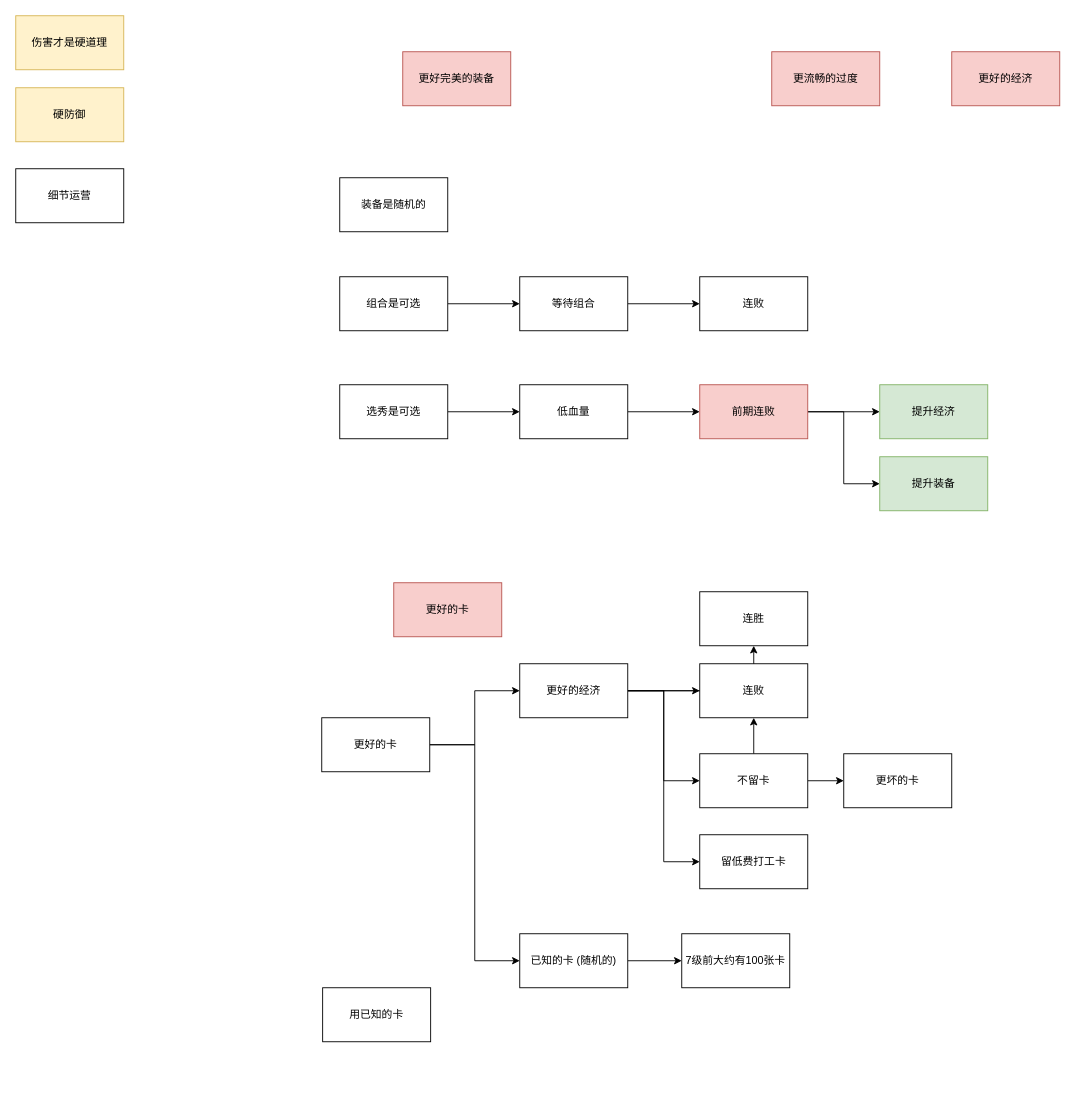
Earlier version of the draw.io diagram page "胜利策略" (3 of 3) of 未命名绘图.drawio (idbanfan/drawio). Source tidied: cells renumbered, new cells numbered last; positions are measured from the earlier drawing's top-left corner, leaving out a move shared by most shapes. Both pictures are drawn from the tidied source at 90%, with x=0, y=0 at pixel (15, 15).
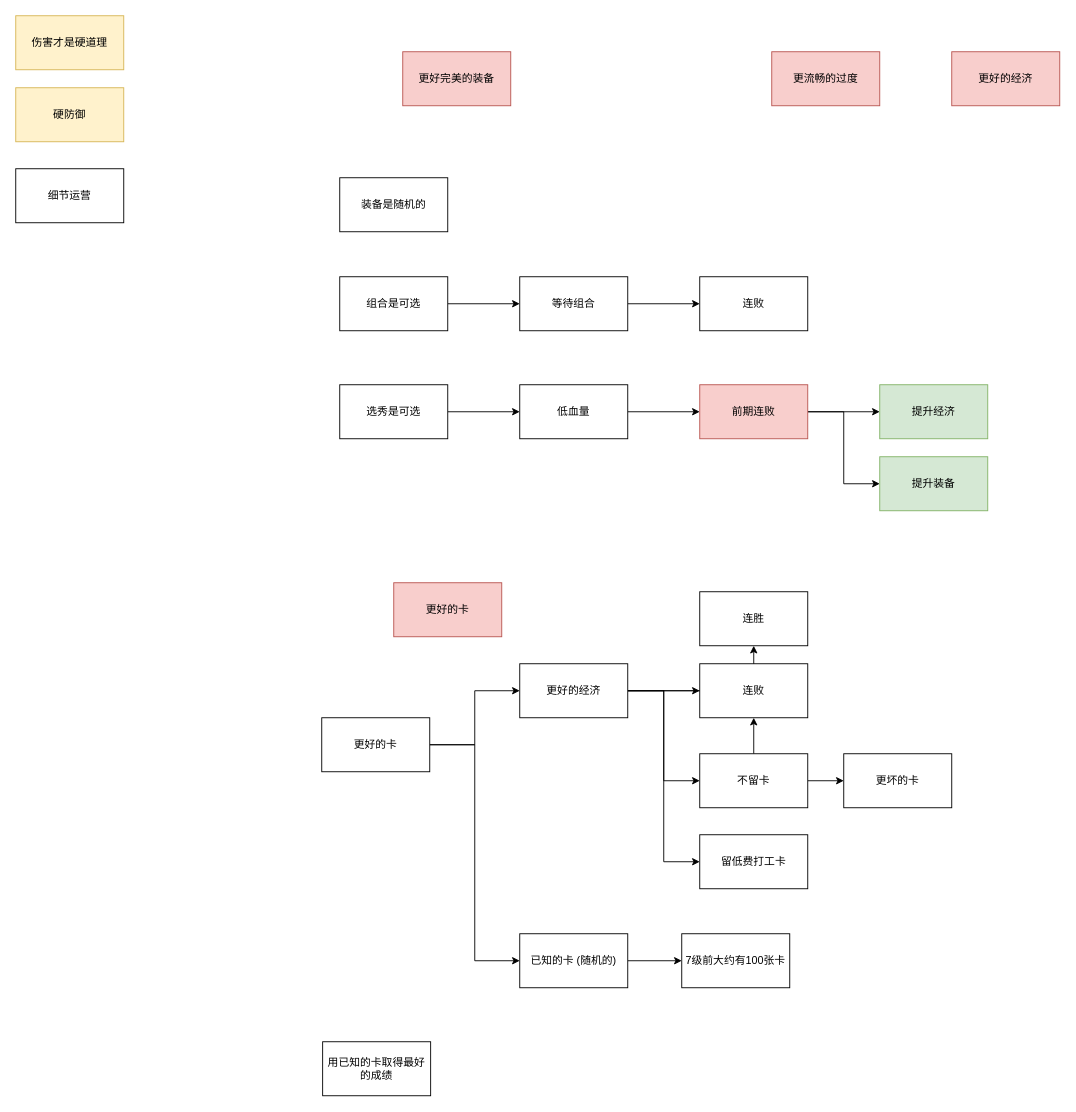
After the change.

Commit message:
更新未命名绘图.drawio

What changed in the source:
```diff
@@
-    <mxCell id="41" value="用已知的卡" style="rounded=0;whiteSpace=wrap;html=1;" parent="1" vertex="1">
-      <mxGeometry x="341" y="1080" width="120" height="60" as="geometry" />
+    <mxCell id="41" value="用已知的卡取得最好的成绩" style="rounded=0;whiteSpace=wrap;html=1;" parent="1" vertex="1">
+      <mxGeometry x="341" y="1140" width="120" height="60" as="geometry" />
     </mxCell>
```
